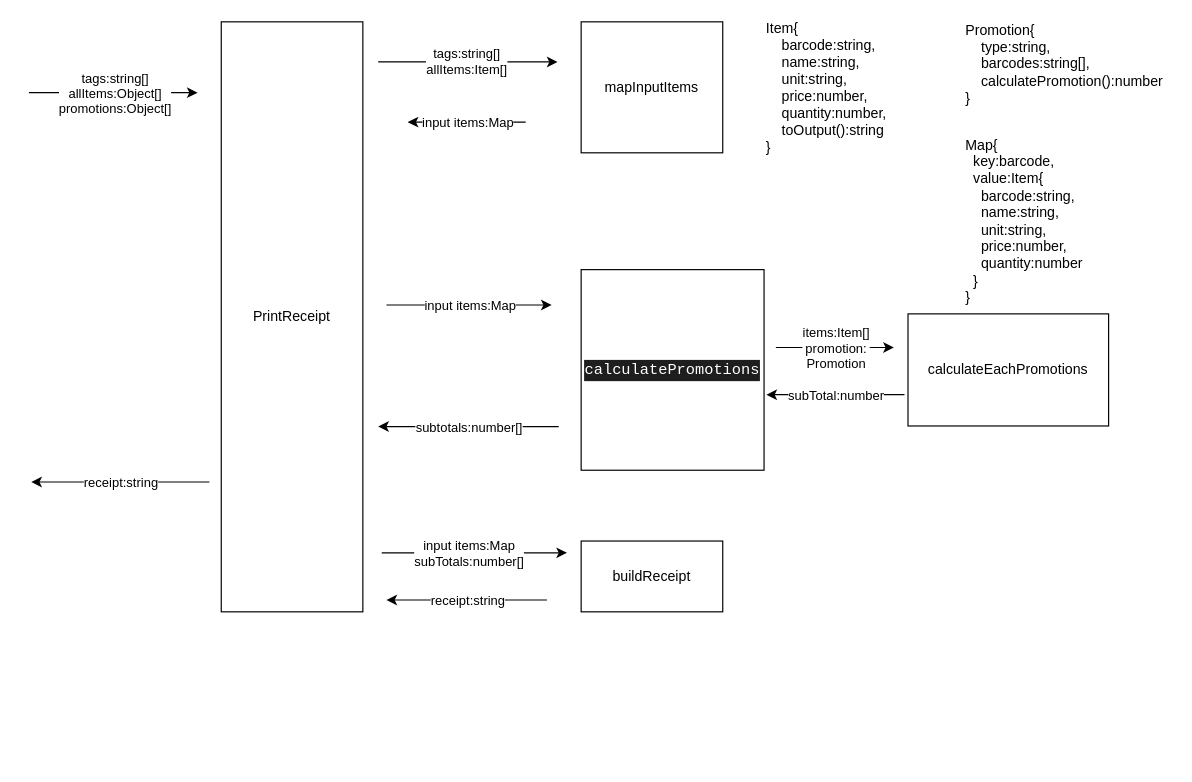
Above: tasks.drawio in zxubootcamp/POS-Machine-V1-2020-11-5-3-48-45-545 (draw.io), before the change. Source tidied: cells renumbered, new cells numbered last; positions are measured from the earlier drawing's top-left corner, leaving out a move shared by most shapes. Both pictures are drawn from the tidied source at 118%, with x=0, y=0 at pixel (28, 21).
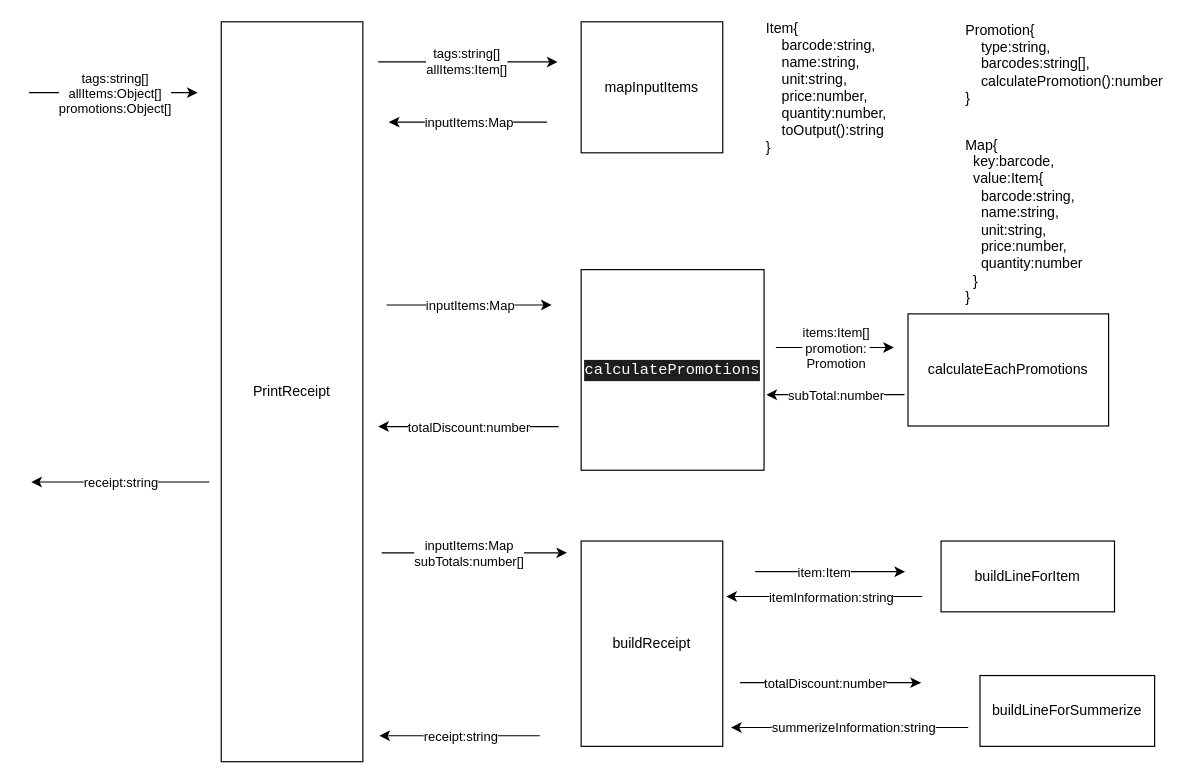
The same diagram, later.

The change refers to these unchanged cells:
```xml
<mxCell id="17" style="endArrow=classic;html=1;fontFamily=source code pro;" parent="1" edge="1">
  <mxGeometry relative="1" as="geometry">
    <mxPoint x="303" y="240" as="sourcePoint" />
    <mxPoint x="443" y="240" as="targetPoint" />
  </mxGeometry>
</mxCell>
<mxCell id="19" style="endArrow=classic;html=1;fontFamily=source code pro;" parent="1" edge="1">
  <mxGeometry relative="1" as="geometry">
    <mxPoint x="449" y="343" as="sourcePoint" />
    <mxPoint x="296" y="343" as="targetPoint" />
  </mxGeometry>
</mxCell>
<mxCell id="21" style="endArrow=classic;html=1;fontFamily=source code pro;" parent="1" edge="1">
  <mxGeometry relative="1" as="geometry">
    <mxPoint x="299" y="450" as="sourcePoint" />
    <mxPoint x="456" y="450" as="targetPoint" />
  </mxGeometry>
</mxCell>
```

The edit, as a diff of the source:
```diff
@@
     <mxCell id="2" value="PrintReceipt" style="rounded=0;whiteSpace=wrap;html=1;fontFamily=source code pro;" parent="1" vertex="1">
-      <mxGeometry x="163" width="120" height="500" as="geometry" />
+      <mxGeometry x="163" width="120" height="627" as="geometry" />
     </mxCell>
@@
     <mxCell id="9" value="buildReceipt" style="rounded=0;whiteSpace=wrap;html=1;fontFamily=source code pro;" parent="1" vertex="1">
-      <mxGeometry x="468" y="440" width="120" height="60" as="geometry" />
+      <mxGeometry x="468" y="440" width="120" height="174" as="geometry" />
     </mxCell>
@@
     <mxCell id="11" style="endArrow=classic;html=1;fontFamily=source code pro;" parent="1" edge="1">
       <mxGeometry relative="1" as="geometry">
-        <mxPoint x="421" y="85" as="sourcePoint" />
-        <mxPoint x="321" y="85" as="targetPoint" />
+        <mxPoint x="439" y="85" as="sourcePoint" />
+        <mxPoint x="305" y="85" as="targetPoint" />
       </mxGeometry>
     </mxCell>
-    <mxCell id="12" value="input items:Map" style="edgeLabel;html=1;align=center;verticalAlign=middle;fontFamily=source code pro;" parent="11" vertex="1">
+    <mxCell id="12" value="inputItems:Map" style="edgeLabel;html=1;align=center;verticalAlign=middle;fontFamily=source code pro;" parent="11" vertex="1">
       <mxGeometry relative="1" as="geometry" />
     </mxCell>
@@
-    <mxCell id="18" value="input items:Map" style="edgeLabel;html=1;align=center;verticalAlign=middle;fontFamily=source code pro;" parent="17" vertex="1">
+    <mxCell id="18" value="inputItems:Map" style="edgeLabel;html=1;align=center;verticalAlign=middle;fontFamily=source code pro;" parent="17" vertex="1">
       <mxGeometry relative="1" as="geometry" />
     </mxCell>
@@
-    <mxCell id="20" value="subtotals:number[]" style="edgeLabel;html=1;align=center;verticalAlign=middle;fontFamily=source code pro;" parent="19" vertex="1">
+    <mxCell id="20" value="totalDiscount:number" style="edgeLabel;html=1;align=center;verticalAlign=middle;fontFamily=source code pro;" parent="19" vertex="1">
       <mxGeometry relative="1" as="geometry" />
     </mxCell>
@@
-    <mxCell id="22" value="input items:Map&lt;br&gt;subTotals:number[]" style="edgeLabel;html=1;align=center;verticalAlign=middle;fontFamily=source code pro;" parent="21" vertex="1">
+    <mxCell id="22" value="inputItems:Map&lt;br&gt;subTotals:number[]" style="edgeLabel;html=1;align=center;verticalAlign=middle;fontFamily=source code pro;" parent="21" vertex="1">
       <mxGeometry relative="1" as="geometry">
         <mxPoint x="-6" as="offset" />
       </mxGeometry>
     </mxCell>
     <mxCell id="23" style="endArrow=classic;html=1;fontFamily=source code pro;" parent="1" edge="1">
       <mxGeometry relative="1" as="geometry">
-        <mxPoint x="439" y="490" as="sourcePoint" />
-        <mxPoint x="303" y="490" as="targetPoint" />
+        <mxPoint x="433" y="605" as="sourcePoint" />
+        <mxPoint x="297" y="605" as="targetPoint" />
       </mxGeometry>
     </mxCell>
@@
+    <mxCell id="30" value="buildLineForItem" style="rounded=0;whiteSpace=wrap;html=1;" parent="1" vertex="1">
+      <mxGeometry x="773" y="440" width="147" height="60" as="geometry" />
+    </mxCell>
+    <mxCell id="31" value="buildLineForSummerize" style="rounded=0;whiteSpace=wrap;html=1;" parent="1" vertex="1">
+      <mxGeometry x="806" y="554" width="148" height="60" as="geometry" />
+    </mxCell>
+    <mxCell id="32" style="endArrow=classic;html=1;fontFamily=source code pro;" parent="1" edge="1">
+      <mxGeometry relative="1" as="geometry">
+        <mxPoint x="615.5" y="466" as="sourcePoint" />
+        <mxPoint x="742.5" y="466" as="targetPoint" />
+      </mxGeometry>
+    </mxCell>
+    <mxCell id="33" value="item:Item" style="edgeLabel;html=1;align=center;verticalAlign=middle;fontFamily=source code pro;" parent="32" vertex="1">
+      <mxGeometry relative="1" as="geometry">
+        <mxPoint x="-6" as="offset" />
+      </mxGeometry>
+    </mxCell>
+    <mxCell id="34" style="endArrow=classic;html=1;fontFamily=source code pro;" parent="1" edge="1">
+      <mxGeometry relative="1" as="geometry">
+        <mxPoint x="757" y="487" as="sourcePoint" />
+        <mxPoint x="591" y="487" as="targetPoint" />
+      </mxGeometry>
+    </mxCell>
+    <mxCell id="35" value="itemInformation:string" style="edgeLabel;html=1;align=center;verticalAlign=middle;fontFamily=source code pro;" parent="34" vertex="1">
+      <mxGeometry relative="1" as="geometry">
+        <mxPoint x="5.2" as="offset" />
+      </mxGeometry>
+    </mxCell>
+    <mxCell id="36" style="endArrow=classic;html=1;fontFamily=source code pro;" parent="1" edge="1">
+      <mxGeometry relative="1" as="geometry">
+        <mxPoint x="755.5" y="560" as="sourcePoint" />
+        <mxPoint x="756" y="560" as="targetPoint" />
+        <Array as="points">
+          <mxPoint x="598" y="560" />
+        </Array>
+      </mxGeometry>
+    </mxCell>
+    <mxCell id="37" value="totalDiscount:number" style="edgeLabel;html=1;align=center;verticalAlign=middle;fontFamily=source code pro;" parent="36" vertex="1">
+      <mxGeometry relative="1" as="geometry">
+        <mxPoint x="76" as="offset" />
+      </mxGeometry>
+    </mxCell>
+    <mxCell id="38" style="endArrow=classic;html=1;fontFamily=source code pro;" parent="1" edge="1">
+      <mxGeometry relative="1" as="geometry">
+        <mxPoint x="796" y="598" as="sourcePoint" />
+        <mxPoint x="595" y="598" as="targetPoint" />
+      </mxGeometry>
+    </mxCell>
+    <mxCell id="39" value="summerizeInformation:string" style="edgeLabel;html=1;align=center;verticalAlign=middle;fontFamily=source code pro;" parent="38" vertex="1">
+      <mxGeometry relative="1" as="geometry">
+        <mxPoint x="3.8" y="-1" as="offset" />
+      </mxGeometry>
+    </mxCell>
```
